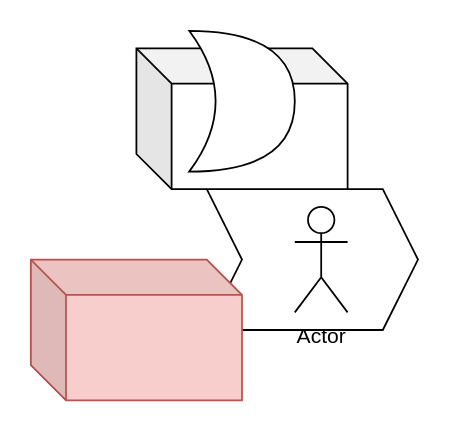
This is Untitled Diagram.drawio from ODAPES/system_documentation, a draw.io file, before an edit. Source tidied: cells renumbered, new cells numbered last; positions are measured from the earlier drawing's top-left corner, leaving out a move shared by most shapes. Both pictures are drawn from the tidied source at 176%, with x=0, y=0 at pixel (30, 30).
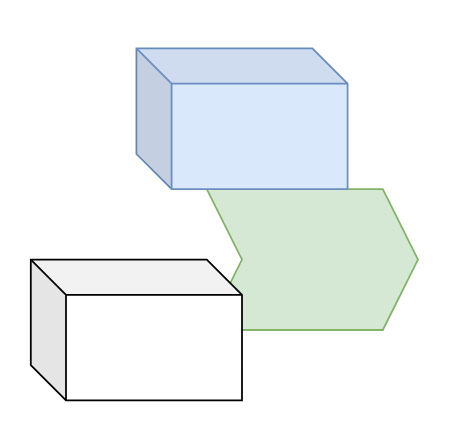
After the change.

Change to the diagram source:
```diff
@@
 <mxGraphModel>
   <root>
     <mxCell id="0" />
     <mxCell id="1" parent="0" />
     <mxCell id="2" style="ellipse;whiteSpace=wrap;html=1;" parent="1" vertex="1">
       <mxGeometry x="120" y="90" width="80" height="80" as="geometry" />
     </mxCell>
-    <mxCell id="3" style="shape=step;perimeter=stepPerimeter;whiteSpace=wrap;html=1;fixedSize=1;" parent="1" vertex="1">
+    <mxCell id="3" style="shape=step;perimeter=stepPerimeter;whiteSpace=wrap;html=1;fixedSize=1;fillColor=#d5e8d4;strokeColor=#82b366;" parent="1" vertex="1">
       <mxGeometry x="100" y="90" width="120" height="80" as="geometry" />
     </mxCell>
-    <mxCell id="4" style="shape=cube;whiteSpace=wrap;html=1;boundedLbl=1;backgroundOutline=1;darkOpacity=0.05;darkOpacity2=0.1;" parent="1" vertex="1">
+    <mxCell id="4" style="shape=cube;whiteSpace=wrap;html=1;boundedLbl=1;backgroundOutline=1;darkOpacity=0.05;darkOpacity2=0.1;fillColor=#dae8fc;strokeColor=#6c8ebf;" parent="1" vertex="1">
       <mxGeometry x="60" y="10" width="120" height="80" as="geometry" />
     </mxCell>
-    <mxCell id="5" style="shape=cube;whiteSpace=wrap;html=1;boundedLbl=1;backgroundOutline=1;darkOpacity=0.05;darkOpacity2=0.1;fillColor=#f8cecc;strokeColor=#b85450;" parent="1" vertex="1">
+    <mxCell id="5" style="shape=cube;whiteSpace=wrap;html=1;boundedLbl=1;backgroundOutline=1;darkOpacity=0.05;darkOpacity2=0.1;" parent="1" vertex="1">
       <mxGeometry y="130" width="120" height="80" as="geometry" />
     </mxCell>
-    <mxCell id="6" value="Actor" style="shape=umlActor;verticalLabelPosition=bottom;verticalAlign=top;html=1;" parent="1" vertex="1">
-      <mxGeometry x="150" y="100" width="30" height="60" as="geometry" />
-    </mxCell>
-    <mxCell id="7" style="shape=xor;whiteSpace=wrap;html=1;" parent="1" vertex="1">
-      <mxGeometry x="90" width="60" height="80" as="geometry" />
-    </mxCell>
   </root>
 </mxGraphModel>
```
